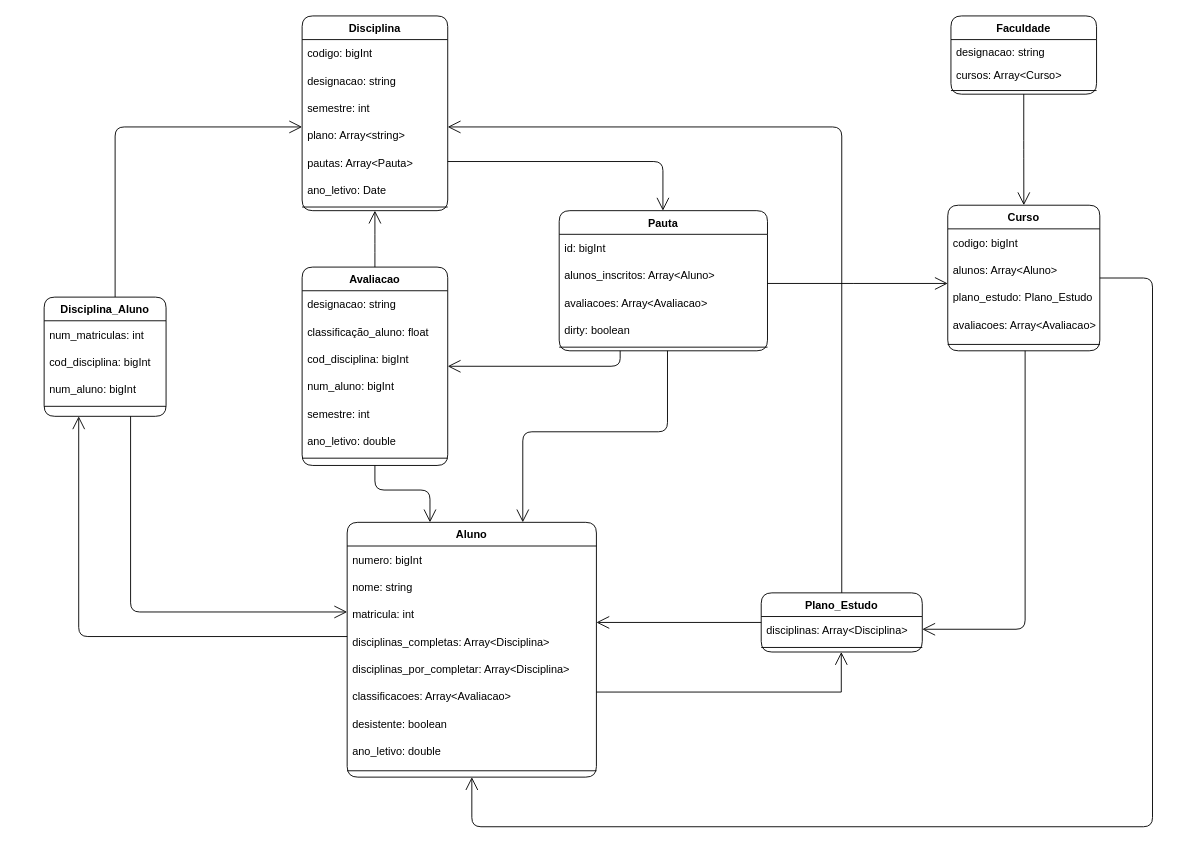
The draw.io diagram Docs/Domain_Diagram.drawio in ruimpcastro/pweb2022, before the edit. Source tidied: cells renumbered, new cells numbered last; positions are measured from the earlier drawing's top-left corner, leaving out a move shared by most shapes. Both pictures are drawn from the tidied source at 91%, with x=0, y=0 at pixel (44, 15).
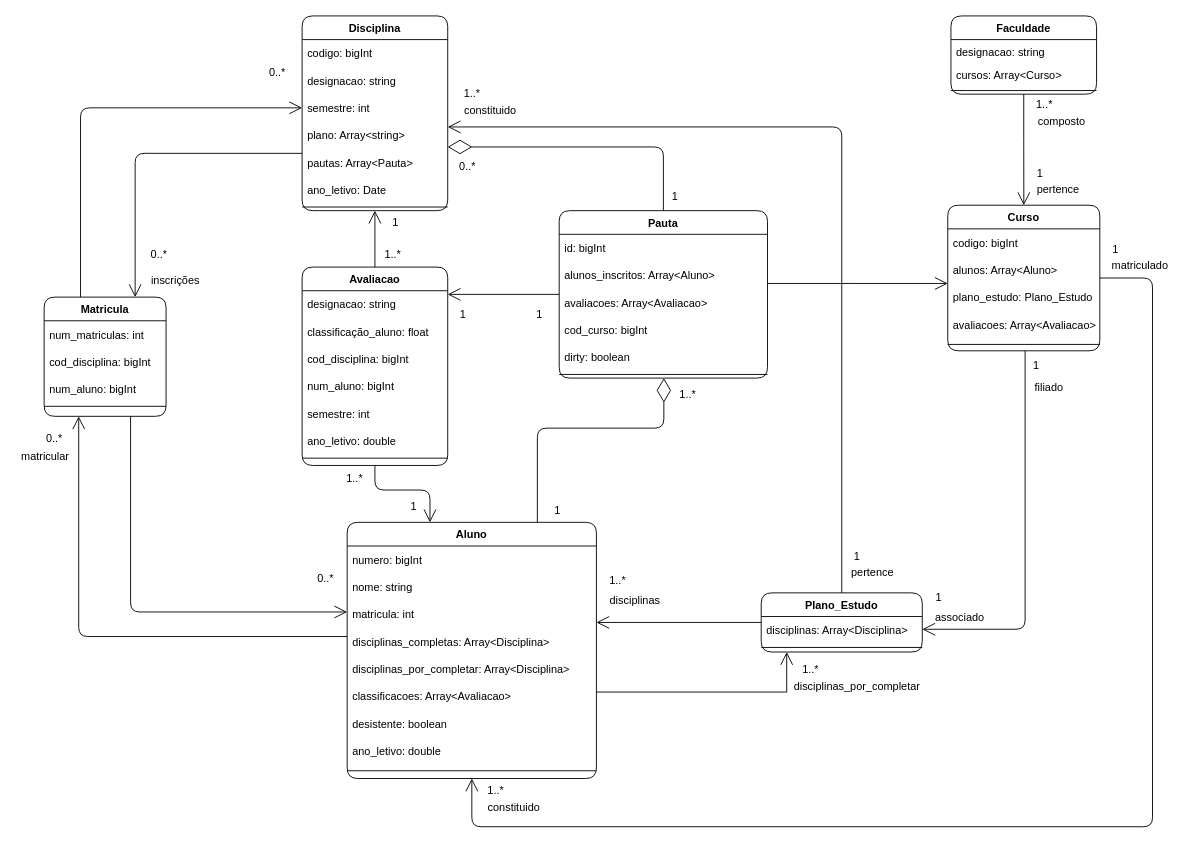
After the change.

Commit message (it also covers changes not shown here):
Versão Final do diagrama de Dominio parte 1

The change refers to these unchanged cells:
```xml
<mxCell id="12" value="Disciplina" style="swimlane;fontStyle=1;align=center;verticalAlign=top;horizontal=1;startSize=26;shadow=0;strokeWidth=1;rounded=1;" parent="1" vertex="1">
  <mxGeometry x="283.5" width="160" height="214" as="geometry" />
</mxCell>
<mxCell id="26" value="Plano_Estudo" style="swimlane;fontStyle=1;align=center;verticalAlign=top;horizontal=1;startSize=26;shadow=0;strokeWidth=1;rounded=1;" parent="1" vertex="1">
  <mxGeometry x="788" y="634" width="177" height="65" as="geometry" />
</mxCell>
<mxCell id="51" value="Avaliacao" style="swimlane;fontStyle=1;align=center;verticalAlign=top;horizontal=1;startSize=26;shadow=0;strokeWidth=1;rounded=1;" parent="1" vertex="1">
  <mxGeometry x="283.5" y="276" width="160" height="218" as="geometry" />
</mxCell>
```

Change to the diagram source:
```diff
@@
     <mxCell id="2" value="Aluno" style="swimlane;fontStyle=1;align=center;verticalAlign=top;horizontal=1;startSize=26;shadow=0;strokeWidth=1;rounded=1;" parent="1" vertex="1">
-      <mxGeometry x="333" y="556.5" width="273.9" height="280" as="geometry" />
+      <mxGeometry x="333" y="556.5" width="273.9" height="281.5" as="geometry" />
     </mxCell>
@@
     <mxCell id="31" value="Pauta" style="swimlane;fontStyle=1;align=center;verticalAlign=top;horizontal=1;startSize=26;shadow=0;strokeWidth=1;rounded=1;" parent="1" vertex="1">
-      <mxGeometry x="566" y="214" width="228.9" height="154" as="geometry" />
+      <mxGeometry x="566" y="214" width="228.9" height="184" as="geometry" />
     </mxCell>
@@
+    <mxCell id="67" value="cod_curso: bigInt" style="text;strokeColor=none;fillColor=none;align=left;verticalAlign=middle;spacingLeft=4;spacingRight=4;overflow=hidden;rounded=1;" parent="31" vertex="1">
+      <mxGeometry y="116" width="228.9" height="30" as="geometry" />
+    </mxCell>
     <mxCell id="35" value="dirty: boolean" style="text;strokeColor=none;fillColor=none;align=left;verticalAlign=middle;spacingLeft=4;spacingRight=4;overflow=hidden;rounded=1;" parent="31" vertex="1">
-      <mxGeometry y="116" width="228.9" height="30" as="geometry" />
+      <mxGeometry y="146" width="228.9" height="30" as="geometry" />
     </mxCell>
     <mxCell id="36" style="line;html=1;strokeWidth=1;align=left;verticalAlign=middle;spacingTop=-1;spacingLeft=3;spacingRight=3;labelPosition=right;rounded=1;" parent="31" vertex="1">
-      <mxGeometry y="146" width="228.9" height="8" as="geometry" />
+      <mxGeometry y="176" width="228.9" height="8" as="geometry" />
     </mxCell>
-    <mxCell id="37" style="endArrow=open;endFill=1;endSize=12;html=1;edgeStyle=orthogonalEdgeStyle;" parent="1" edge="1" source="12" target="31">
-      <mxGeometry relative="1" as="geometry">
-        <Array as="points">
-          <mxPoint x="680" y="160" />
-        </Array>
-      </mxGeometry>
-    </mxCell>
     <mxCell id="38" style="endArrow=open;endFill=1;endSize=12;html=1;edgeStyle=orthogonalEdgeStyle;" parent="1" edge="1" source="41" target="12">
       <mxGeometry relative="1" as="geometry">
         <Array as="points">
-          <mxPoint x="78" y="122" />
+          <mxPoint x="40" y="101" />
         </Array>
       </mxGeometry>
     </mxCell>
@@
-    <mxCell id="41" value="Disciplina_Aluno" style="swimlane;fontStyle=1;align=center;verticalAlign=top;horizontal=1;startSize=26;shadow=0;strokeWidth=1;rounded=1;" parent="1" vertex="1">
+    <mxCell id="41" value="Matricula" style="swimlane;fontStyle=1;align=center;verticalAlign=top;horizontal=1;startSize=26;shadow=0;strokeWidth=1;rounded=1;" parent="1" vertex="1">
       <mxGeometry y="309" width="134" height="131" as="geometry" />
     </mxCell>
@@
     <mxCell id="62" style="endArrow=open;endFill=1;endSize=12;html=1;rounded=1;strokeColor=default;edgeStyle=orthogonalEdgeStyle;" parent="1" edge="1" source="51" target="2">
       <mxGeometry relative="1" as="geometry">
         <Array as="points">
-          <mxPoint x="363" y="521" />
+          <mxPoint x="364" y="521" />
           <mxPoint x="424" y="521" />
         </Array>
       </mxGeometry>
     </mxCell>
     <mxCell id="63" style="endArrow=open;endFill=1;endSize=12;html=1;rounded=0;edgeStyle=orthogonalEdgeStyle;" parent="1" edge="1" source="2" target="26">
       <mxGeometry relative="1" as="geometry">
         <Array as="points">
-          <mxPoint x="876" y="743" />
+          <mxPoint x="816" y="743" />
         </Array>
       </mxGeometry>
     </mxCell>
@@
-    <mxCell id="65" style="endArrow=open;endFill=1;endSize=12;html=1;rounded=1;edgeStyle=orthogonalEdgeStyle;" parent="1" edge="1" source="31" target="2">
-      <mxGeometry relative="1" as="geometry">
-        <Array as="points">
-          <mxPoint x="685" y="457" />
-          <mxPoint x="526" y="457" />
-        </Array>
-      </mxGeometry>
-    </mxCell>
@@
+    <mxCell id="68" style="endArrow=diamondThin;endFill=0;endSize=24;html=1;edgeStyle=orthogonalEdgeStyle;rounded=1;" parent="1" edge="1" source="31" target="12">
+      <mxGeometry relative="1" as="geometry">
+        <Array as="points">
+          <mxPoint x="681" y="144" />
+        </Array>
+      </mxGeometry>
+    </mxCell>
+    <mxCell id="69" style="endArrow=diamondThin;endFill=0;endSize=24;html=1;edgeStyle=orthogonalEdgeStyle;rounded=1;" parent="1" edge="1" source="2" target="31">
+      <mxGeometry relative="1" as="geometry">
+        <Array as="points">
+          <mxPoint x="542" y="453" />
+          <mxPoint x="681" y="453" />
+        </Array>
+      </mxGeometry>
+    </mxCell>
+    <mxCell id="70" value="pertence" style="text;html=1;align=center;verticalAlign=middle;strokeColor=none;fillColor=none;" parent="1" vertex="1">
+      <mxGeometry x="1085" y="182" width="57" height="18" as="geometry" />
+    </mxCell>
+    <mxCell id="71" value="1" style="text;html=1;align=center;verticalAlign=middle;strokeColor=none;fillColor=none;" parent="1" vertex="1">
+      <mxGeometry x="1085" y="164" width="17" height="18" as="geometry" />
+    </mxCell>
+    <mxCell id="72" value="composto" style="text;html=1;align=center;verticalAlign=middle;strokeColor=none;fillColor=none;" parent="1" vertex="1">
+      <mxGeometry x="1087" y="107" width="62" height="18" as="geometry" />
+    </mxCell>
+    <mxCell id="73" value="1..*" style="text;html=1;align=center;verticalAlign=middle;strokeColor=none;fillColor=none;" parent="1" vertex="1">
+      <mxGeometry x="1085" y="89" width="28" height="18" as="geometry" />
+    </mxCell>
+    <mxCell id="74" value="1" style="text;html=1;align=center;verticalAlign=middle;strokeColor=none;fillColor=none;" parent="1" vertex="1">
+      <mxGeometry x="1081" y="376" width="17" height="18" as="geometry" />
+    </mxCell>
+    <mxCell id="75" value="1" style="text;html=1;align=center;verticalAlign=middle;strokeColor=none;fillColor=none;" parent="1" vertex="1">
+      <mxGeometry x="974" y="630" width="17" height="18" as="geometry" />
+    </mxCell>
+    <mxCell id="76" value="associado" style="text;html=1;align=center;verticalAlign=middle;strokeColor=none;fillColor=none;" parent="1" vertex="1">
+      <mxGeometry x="974" y="652" width="64" height="18" as="geometry" />
+    </mxCell>
+    <mxCell id="77" value="filiado" style="text;html=1;align=center;verticalAlign=middle;strokeColor=none;fillColor=none;" parent="1" vertex="1">
+      <mxGeometry x="1083" y="400" width="41" height="18" as="geometry" />
+    </mxCell>
+    <mxCell id="78" value="1" style="text;html=1;align=center;verticalAlign=middle;strokeColor=none;fillColor=none;" parent="1" vertex="1">
+      <mxGeometry x="1168" y="248" width="17" height="18" as="geometry" />
+    </mxCell>
+    <mxCell id="79" value="matriculado" style="text;html=1;align=center;verticalAlign=middle;strokeColor=none;fillColor=none;" parent="1" vertex="1">
+      <mxGeometry x="1168" y="266" width="72" height="18" as="geometry" />
+    </mxCell>
+    <mxCell id="80" value="constituido" style="text;html=1;align=center;verticalAlign=middle;strokeColor=none;fillColor=none;" parent="1" vertex="1">
+      <mxGeometry x="482" y="861" width="67" height="18" as="geometry" />
+    </mxCell>
+    <mxCell id="81" value="1..*" style="text;html=1;align=center;verticalAlign=middle;strokeColor=none;fillColor=none;" parent="1" vertex="1">
+      <mxGeometry x="482" y="843" width="28" height="18" as="geometry" />
+    </mxCell>
+    <mxCell id="82" value="1..*" style="text;html=1;align=center;verticalAlign=middle;strokeColor=none;fillColor=none;" parent="1" vertex="1">
+      <mxGeometry x="828" y="710" width="28" height="18" as="geometry" />
+    </mxCell>
+    <mxCell id="83" value="1..*" style="text;html=1;align=center;verticalAlign=middle;strokeColor=none;fillColor=none;" parent="1" vertex="1">
+      <mxGeometry x="456" y="77" width="28" height="18" as="geometry" />
+    </mxCell>
+    <mxCell id="84" value="constituido" style="text;html=1;align=center;verticalAlign=middle;strokeColor=none;fillColor=none;" parent="1" vertex="1">
+      <mxGeometry x="456" y="95" width="67" height="18" as="geometry" />
+    </mxCell>
+    <mxCell id="85" value="1" style="text;html=1;align=center;verticalAlign=middle;strokeColor=none;fillColor=none;" parent="1" vertex="1">
+      <mxGeometry x="884" y="585" width="17" height="18" as="geometry" />
+    </mxCell>
+    <mxCell id="86" value="pertence" style="text;html=1;align=center;verticalAlign=middle;strokeColor=none;fillColor=none;" parent="1" vertex="1">
+      <mxGeometry x="881" y="603" width="57" height="18" as="geometry" />
+    </mxCell>
+    <mxCell id="87" value="1..*" style="text;html=1;align=center;verticalAlign=middle;strokeColor=none;fillColor=none;" parent="1" vertex="1">
+      <mxGeometry x="616" y="612" width="28" height="18" as="geometry" />
+    </mxCell>
+    <mxCell id="88" value="disciplinas" style="text;html=1;align=center;verticalAlign=middle;strokeColor=none;fillColor=none;" parent="1" vertex="1">
+      <mxGeometry x="616" y="634" width="65" height="18" as="geometry" />
+    </mxCell>
+    <mxCell id="89" value="disciplinas_por_completar" style="text;html=1;align=center;verticalAlign=middle;strokeColor=none;fillColor=none;" parent="1" vertex="1">
+      <mxGeometry x="818" y="728" width="149" height="18" as="geometry" />
+    </mxCell>
+    <mxCell id="90" value="0..*" style="text;html=1;align=center;verticalAlign=middle;strokeColor=none;fillColor=none;" parent="1" vertex="1">
+      <mxGeometry x="-3" y="456" width="28" height="18" as="geometry" />
+    </mxCell>
+    <mxCell id="91" value="matricular" style="text;html=1;align=center;verticalAlign=middle;strokeColor=none;fillColor=none;" parent="1" vertex="1">
+      <mxGeometry x="-31" y="476" width="63" height="18" as="geometry" />
+    </mxCell>
+    <mxCell id="92" value="0..*" style="text;html=1;align=center;verticalAlign=middle;strokeColor=none;fillColor=none;" parent="1" vertex="1">
+      <mxGeometry x="295" y="610" width="28" height="18" as="geometry" />
+    </mxCell>
+    <mxCell id="93" value="0..*" style="text;html=1;align=center;verticalAlign=middle;strokeColor=none;fillColor=none;" parent="1" vertex="1">
+      <mxGeometry x="112" y="254" width="28" height="18" as="geometry" />
+    </mxCell>
+    <mxCell id="94" value="inscrições" style="text;html=1;align=center;verticalAlign=middle;strokeColor=none;fillColor=none;" parent="1" vertex="1">
+      <mxGeometry x="112" y="282" width="63" height="18" as="geometry" />
+    </mxCell>
+    <mxCell id="95" style="endArrow=open;endFill=1;endSize=12;html=1;rounded=1;strokeColor=default;edgeStyle=orthogonalEdgeStyle;" parent="1" edge="1" source="12" target="41">
+      <mxGeometry relative="1" as="geometry">
+        <Array as="points">
+          <mxPoint x="100" y="151" />
+        </Array>
+      </mxGeometry>
+    </mxCell>
+    <mxCell id="96" value="0..*" style="text;html=1;align=center;verticalAlign=middle;strokeColor=none;fillColor=none;" parent="1" vertex="1">
+      <mxGeometry x="242" y="53" width="28" height="18" as="geometry" />
+    </mxCell>
+    <mxCell id="97" value="1..*" style="text;html=1;align=center;verticalAlign=middle;strokeColor=none;fillColor=none;" parent="1" vertex="1">
+      <mxGeometry x="369" y="253" width="28" height="18" as="geometry" />
+    </mxCell>
+    <mxCell id="98" value="1" style="text;html=1;align=center;verticalAlign=middle;strokeColor=none;fillColor=none;" parent="1" vertex="1">
+      <mxGeometry x="377" y="218" width="17" height="18" as="geometry" />
+    </mxCell>
+    <mxCell id="99" value="1..*" style="text;html=1;align=center;verticalAlign=middle;strokeColor=none;fillColor=none;" parent="1" vertex="1">
+      <mxGeometry x="327" y="500" width="28" height="18" as="geometry" />
+    </mxCell>
+    <mxCell id="100" value="1" style="text;html=1;align=center;verticalAlign=middle;strokeColor=none;fillColor=none;" parent="1" vertex="1">
+      <mxGeometry x="397" y="530" width="17" height="18" as="geometry" />
+    </mxCell>
+    <mxCell id="101" value="1" style="text;html=1;align=center;verticalAlign=middle;strokeColor=none;fillColor=none;" parent="1" vertex="1">
+      <mxGeometry x="535" y="319" width="17" height="18" as="geometry" />
+    </mxCell>
+    <mxCell id="102" value="1" style="text;html=1;align=center;verticalAlign=middle;strokeColor=none;fillColor=none;" parent="1" vertex="1">
+      <mxGeometry x="451" y="319" width="17" height="18" as="geometry" />
+    </mxCell>
+    <mxCell id="103" value="0..*" style="text;html=1;align=center;verticalAlign=middle;strokeColor=none;fillColor=none;" parent="1" vertex="1">
+      <mxGeometry x="451" y="157" width="28" height="18" as="geometry" />
+    </mxCell>
+    <mxCell id="104" value="1..*" style="text;html=1;align=center;verticalAlign=middle;strokeColor=none;fillColor=none;" parent="1" vertex="1">
+      <mxGeometry x="693" y="407" width="28" height="18" as="geometry" />
+    </mxCell>
+    <mxCell id="105" value="1" style="text;html=1;align=center;verticalAlign=middle;strokeColor=none;fillColor=none;" parent="1" vertex="1">
+      <mxGeometry x="684" y="190" width="17" height="18" as="geometry" />
+    </mxCell>
+    <mxCell id="106" value="1" style="text;html=1;align=center;verticalAlign=middle;strokeColor=none;fillColor=none;" parent="1" vertex="1">
+      <mxGeometry x="555" y="535" width="17" height="18" as="geometry" />
+    </mxCell>
```
